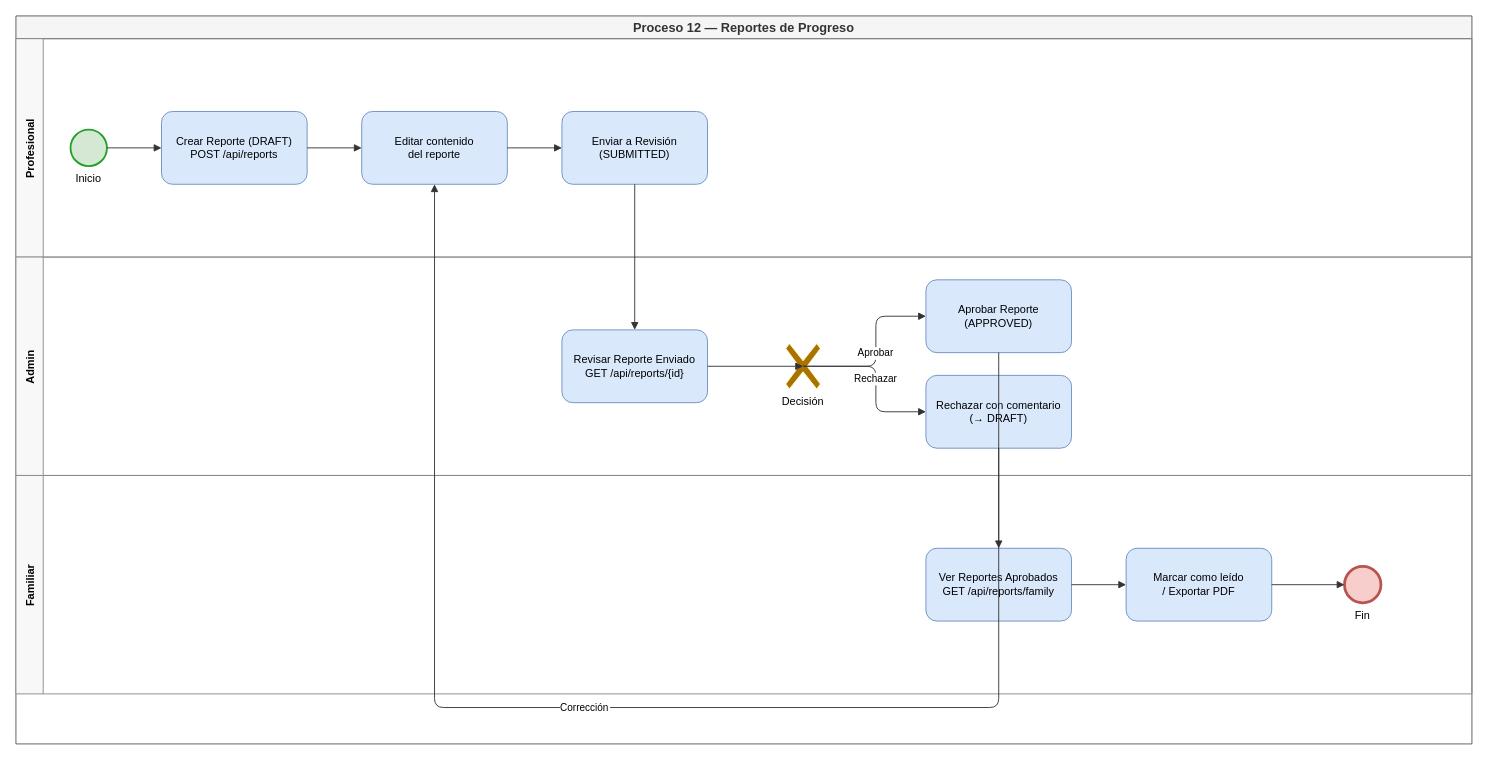
Before: Process/BPMN/12-reportes.drawio in Sacha-html/InclusiON, a draw.io diagram. Source tidied: cells renumbered, new cells numbered last; positions are measured from the earlier drawing's top-left corner, leaving out a move shared by most shapes. Both pictures are drawn from the tidied source at 91%, with x=0, y=0 at pixel (15, 15).
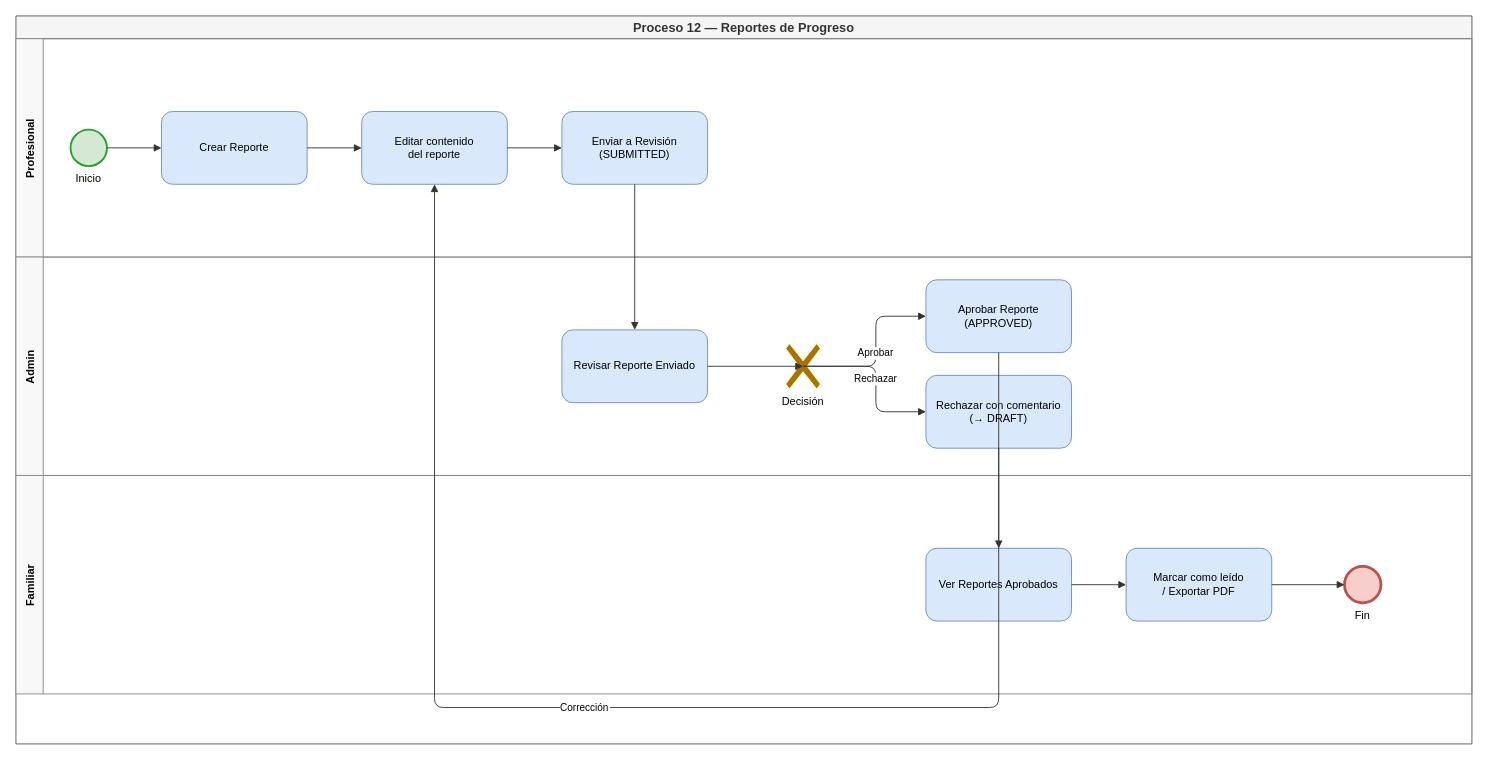
After the change.

Unchanged cells that the change refers to:
```xml
<mxCell id="3" value="Profesional" style="swimlane;startSize=30;horizontal=0;fillColor=#f8f8f8;strokeColor=#888888;fontStyle=1;fontSize=12;" parent="2" vertex="1">
  <mxGeometry y="25" width="1600" height="240" as="geometry" />
</mxCell>
<mxCell id="4" value="Admin" style="swimlane;startSize=30;horizontal=0;fillColor=#f8f8f8;strokeColor=#888888;fontStyle=1;fontSize=12;" parent="2" vertex="1">
  <mxGeometry y="265" width="1600" height="240" as="geometry" />
</mxCell>
<mxCell id="5" value="Familiar" style="swimlane;startSize=30;horizontal=0;fillColor=#f8f8f8;strokeColor=#888888;fontStyle=1;fontSize=12;" parent="2" vertex="1">
  <mxGeometry y="505" width="1600" height="240" as="geometry" />
</mxCell>
```

Change to the diagram source:
```diff
@@
-    <mxCell id="7" value="Crear Reporte (DRAFT)&#10;POST /api/reports" style="rounded=1;whiteSpace=wrap;html=1;verticalAlign=middle;fillColor=#dae8fc;strokeColor=#6c8ebf;fontSize=12;align=center;" parent="3" vertex="1">
+    <mxCell id="7" value="Crear Reporte" style="rounded=1;whiteSpace=wrap;html=1;verticalAlign=middle;fillColor=#dae8fc;strokeColor=#6c8ebf;fontSize=12;align=center;" parent="3" vertex="1">
       <mxGeometry x="160" y="80" width="160" height="80" as="geometry" />
     </mxCell>
@@
-    <mxCell id="10" value="Revisar Reporte Enviado&#10;GET /api/reports/{id}" style="rounded=1;whiteSpace=wrap;html=1;verticalAlign=middle;fillColor=#dae8fc;strokeColor=#6c8ebf;fontSize=12;align=center;" parent="4" vertex="1">
+    <mxCell id="10" value="Revisar Reporte Enviado" style="rounded=1;whiteSpace=wrap;html=1;verticalAlign=middle;fillColor=#dae8fc;strokeColor=#6c8ebf;fontSize=12;align=center;" parent="4" vertex="1">
       <mxGeometry x="600" y="80" width="160" height="80" as="geometry" />
     </mxCell>
@@
-    <mxCell id="14" value="Ver Reportes Aprobados&#10;GET /api/reports/family" style="rounded=1;whiteSpace=wrap;html=1;verticalAlign=middle;fillColor=#dae8fc;strokeColor=#6c8ebf;fontSize=12;align=center;" parent="5" vertex="1">
+    <mxCell id="14" value="Ver Reportes Aprobados" style="rounded=1;whiteSpace=wrap;html=1;verticalAlign=middle;fillColor=#dae8fc;strokeColor=#6c8ebf;fontSize=12;align=center;" parent="5" vertex="1">
       <mxGeometry x="1000" y="80" width="160" height="80" as="geometry" />
     </mxCell>
```
